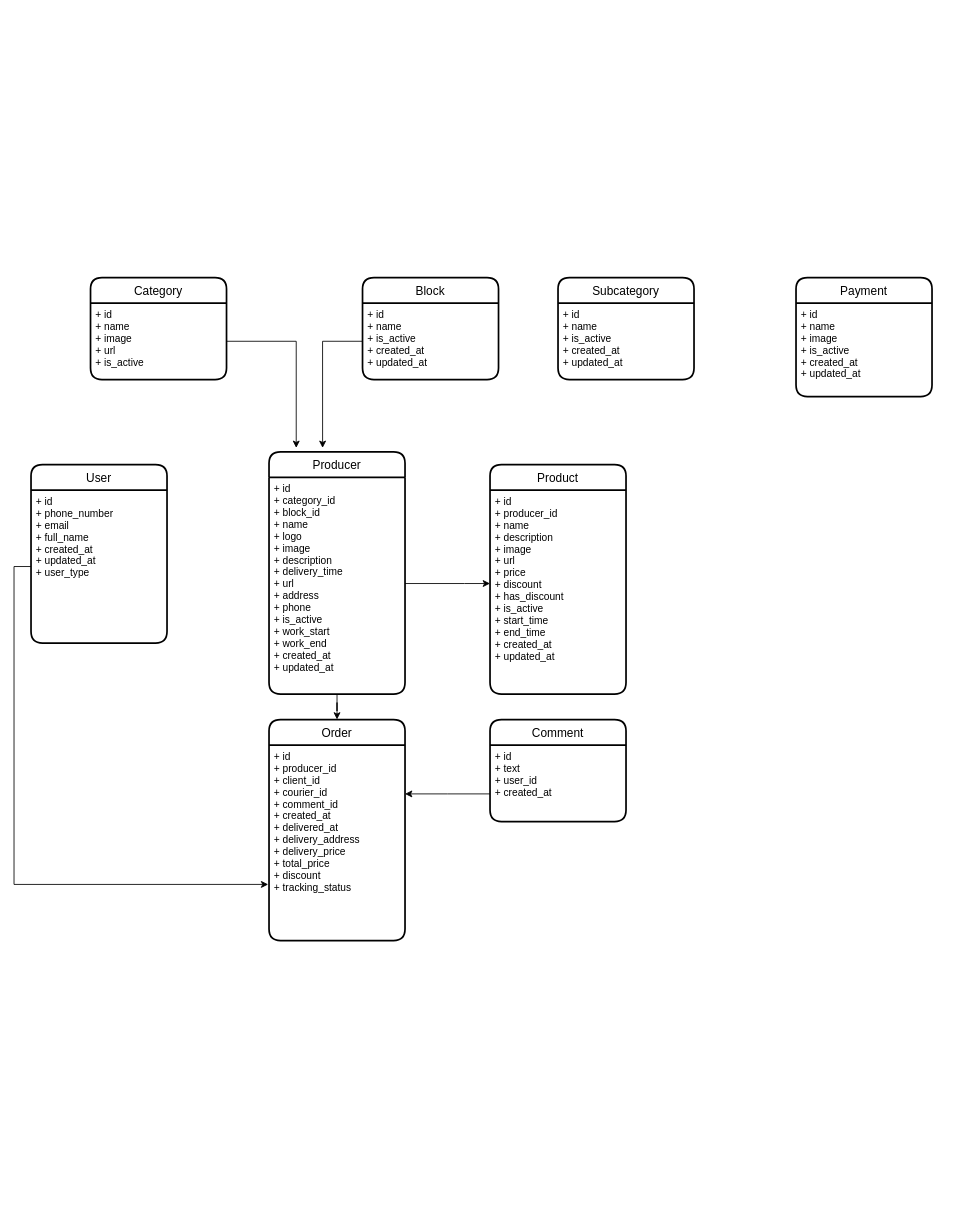
The draw.io diagram Initial Entity Diagram.drawio in muhammadjonyorqinov/deliverPros, before the edit. Source tidied: cells renumbered, new cells numbered last; positions are measured from the earlier drawing's top-left corner, leaving out a move shared by most shapes. Both pictures are drawn from the tidied source at 85%, with x=0, y=0 at pixel (31, 277).
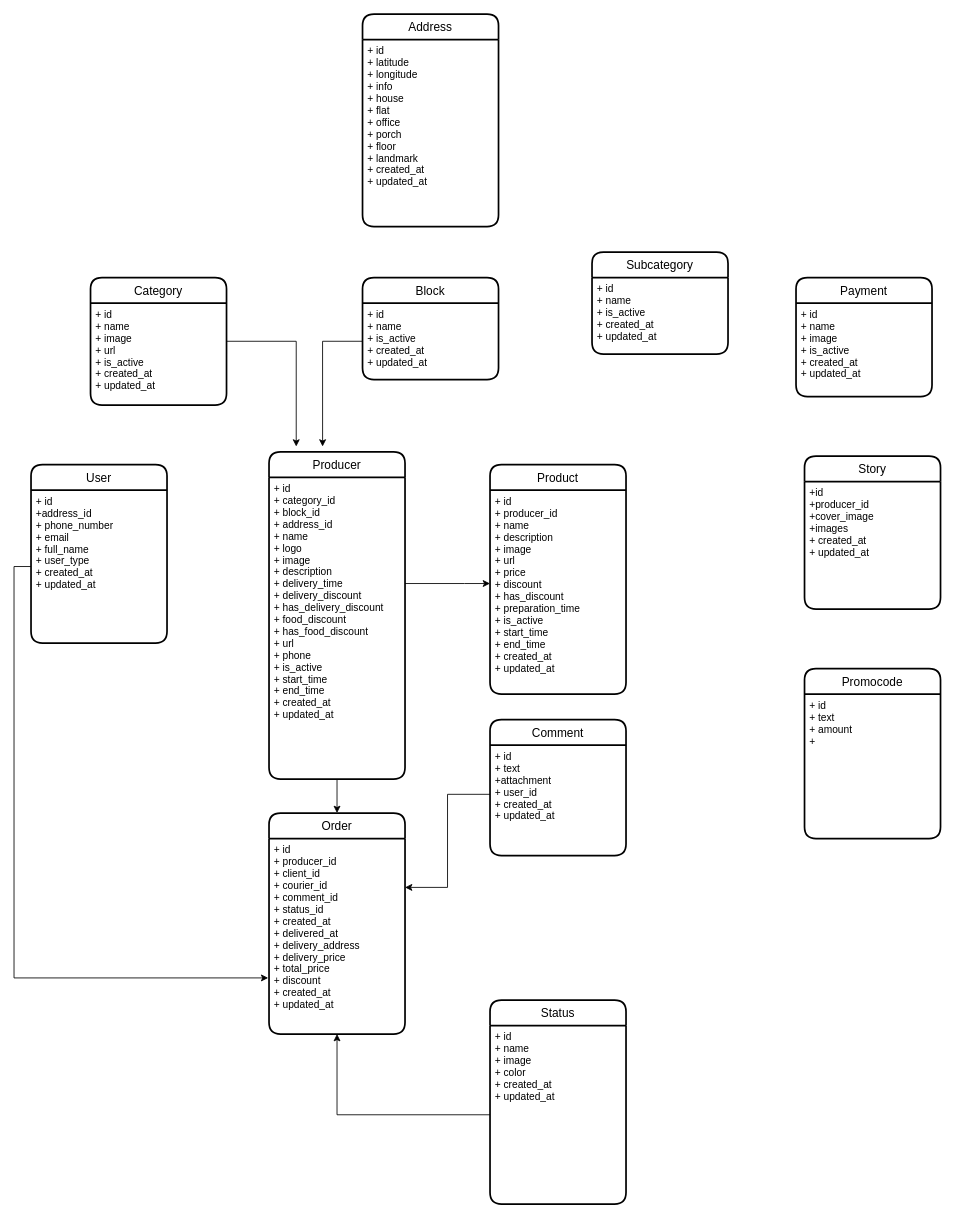
Above is the later version.

Unchanged cells that the change refers to:
```xml
<mxCell id="2" value="User" style="swimlane;horizontal=1;startSize=30;rounded=1;fontSize=14;fontStyle=0;strokeWidth=2;shadow=0;dashed=0;align=center;" parent="1" vertex="1">
  <mxGeometry y="220" width="160" height="210" as="geometry" />
</mxCell>
<mxCell id="7" value="Product" style="swimlane;horizontal=1;startSize=30;rounded=1;fontSize=14;fontStyle=0;strokeWidth=2;shadow=0;dashed=0;align=center;" parent="1" vertex="1">
  <mxGeometry x="540" y="220" width="160" height="270" as="geometry" />
</mxCell>
```

What changed in the source:
```diff
@@
-    <mxCell id="3" value="+ id&#10;+ phone_number&#10;+ email&#10;+ full_name&#10;+ created_at&#10;+ updated_at&#10;+ user_type&#10;" style="align=left;strokeColor=none;fillColor=none;spacingLeft=4;fontSize=12;verticalAlign=top;" parent="2" vertex="1">
+    <mxCell id="3" value="+ id&#10;+address_id&#10;+ phone_number&#10;+ email&#10;+ full_name&#10;+ user_type&#10;+ created_at&#10;+ updated_at&#10;&#10;" style="align=left;strokeColor=none;fillColor=none;spacingLeft=4;fontSize=12;verticalAlign=top;" parent="2" vertex="1">
       <mxGeometry y="30" width="160" height="180" as="geometry" />
     </mxCell>
@@
     <mxCell id="5" value="Producer" style="swimlane;horizontal=1;startSize=30;rounded=1;fontSize=14;fontStyle=0;strokeWidth=2;shadow=0;dashed=0;align=center;" parent="1" vertex="1">
-      <mxGeometry x="280" y="205" width="160" height="285" as="geometry" />
+      <mxGeometry x="280" y="205" width="160" height="385" as="geometry" />
     </mxCell>
-    <mxCell id="6" value="+ id&#10;+ category_id&#10;+ block_id&#10;+ name&#10;+ logo&#10;+ image&#10;+ description&#10;+ delivery_time&#10;+ url&#10;+ address&#10;+ phone&#10;+ is_active&#10;+ work_start&#10;+ work_end&#10;+ created_at&#10;+ updated_at" style="align=left;strokeColor=none;fillColor=none;spacingLeft=4;fontSize=12;verticalAlign=top;" parent="5" vertex="1">
-      <mxGeometry y="30" width="160" height="255" as="geometry" />
+    <mxCell id="6" value="+ id&#10;+ category_id&#10;+ block_id&#10;+ address_id&#10;+ name&#10;+ logo&#10;+ image&#10;+ description&#10;+ delivery_time&#10;+ delivery_discount&#10;+ has_delivery_discount&#10;+ food_discount&#10;+ has_food_discount&#10;+ url&#10;+ phone&#10;+ is_active&#10;+ start_time&#10;+ end_time&#10;+ created_at&#10;+ updated_at" style="align=left;strokeColor=none;fillColor=none;spacingLeft=4;fontSize=12;verticalAlign=top;" parent="5" vertex="1">
+      <mxGeometry y="30" width="160" height="355" as="geometry" />
     </mxCell>
@@
-    <mxCell id="8" value="+ id&#10;+ producer_id&#10;+ name&#10;+ description&#10;+ image&#10;+ url&#10;+ price&#10;+ discount&#10;+ has_discount&#10;+ is_active&#10;+ start_time&#10;+ end_time&#10;+ created_at&#10;+ updated_at" style="align=left;strokeColor=none;fillColor=none;spacingLeft=4;fontSize=12;verticalAlign=top;" parent="7" vertex="1">
+    <mxCell id="8" value="+ id&#10;+ producer_id&#10;+ name&#10;+ description&#10;+ image&#10;+ url&#10;+ price&#10;+ discount&#10;+ has_discount&#10;+ preparation_time&#10;+ is_active&#10;+ start_time&#10;+ end_time&#10;+ created_at&#10;+ updated_at" style="align=left;strokeColor=none;fillColor=none;spacingLeft=4;fontSize=12;verticalAlign=top;" parent="7" vertex="1">
       <mxGeometry y="30" width="160" height="240" as="geometry" />
     </mxCell>
     <mxCell id="9" value="Category" style="swimlane;horizontal=1;startSize=30;rounded=1;fontSize=14;fontStyle=0;strokeWidth=2;shadow=0;dashed=0;align=center;" parent="1" vertex="1">
-      <mxGeometry x="70" width="160" height="120" as="geometry" />
+      <mxGeometry x="70" width="160" height="150" as="geometry" />
     </mxCell>
-    <mxCell id="10" value="+ id&#10;+ name&#10;+ image&#10;+ url&#10;+ is_active" style="align=left;strokeColor=none;fillColor=none;spacingLeft=4;fontSize=12;verticalAlign=top;" parent="9" vertex="1">
-      <mxGeometry y="30" width="160" height="90" as="geometry" />
+    <mxCell id="10" value="+ id&#10;+ name&#10;+ image&#10;+ url&#10;+ is_active&#10;+ created_at&#10;+ updated_at" style="align=left;strokeColor=none;fillColor=none;spacingLeft=4;fontSize=12;verticalAlign=top;" parent="9" vertex="1">
+      <mxGeometry y="30" width="160" height="120" as="geometry" />
     </mxCell>
     <mxCell id="11" value="Order" style="swimlane;horizontal=1;startSize=30;rounded=1;fontSize=14;fontStyle=0;strokeWidth=2;shadow=0;dashed=0;align=center;" parent="1" vertex="1">
-      <mxGeometry x="280" y="520" width="160" height="260" as="geometry" />
+      <mxGeometry x="280" y="630" width="160" height="260" as="geometry" />
     </mxCell>
-    <mxCell id="12" value="+ id&#10;+ producer_id&#10;+ client_id&#10;+ courier_id&#10;+ comment_id&#10;+ created_at&#10;+ delivered_at&#10;+ delivery_address&#10;+ delivery_price&#10;+ total_price&#10;+ discount&#10;+ tracking_status&#10;" style="align=left;strokeColor=none;fillColor=none;spacingLeft=4;fontSize=12;verticalAlign=top;" parent="11" vertex="1">
+    <mxCell id="12" value="+ id&#10;+ producer_id&#10;+ client_id&#10;+ courier_id&#10;+ comment_id&#10;+ status_id&#10;+ created_at&#10;+ delivered_at&#10;+ delivery_address&#10;+ delivery_price&#10;+ total_price&#10;+ discount&#10;+ created_at&#10;+ updated_at&#10;" style="align=left;strokeColor=none;fillColor=none;spacingLeft=4;fontSize=12;verticalAlign=top;" parent="11" vertex="1">
       <mxGeometry y="30" width="160" height="230" as="geometry" />
     </mxCell>
     <mxCell id="13" value="Comment" style="swimlane;horizontal=1;startSize=30;rounded=1;fontSize=14;fontStyle=0;strokeWidth=2;shadow=0;dashed=0;align=center;" parent="1" vertex="1">
-      <mxGeometry x="540" y="520" width="160" height="120" as="geometry" />
+      <mxGeometry x="540" y="520" width="160" height="160" as="geometry" />
     </mxCell>
-    <mxCell id="14" value="+ id&#10;+ text&#10;+ user_id&#10;+ created_at&#10;" style="align=left;strokeColor=none;fillColor=none;spacingLeft=4;fontSize=12;verticalAlign=top;" parent="13" vertex="1">
-      <mxGeometry y="30" width="160" height="90" as="geometry" />
+    <mxCell id="14" value="+ id&#10;+ text&#10;+attachment&#10;+ user_id&#10;+ created_at&#10;+ updated_at&#10;" style="align=left;strokeColor=none;fillColor=none;spacingLeft=4;fontSize=12;verticalAlign=top;" parent="13" vertex="1">
+      <mxGeometry y="30" width="160" height="130" as="geometry" />
     </mxCell>
@@
     <mxCell id="22" value="Subcategory" style="swimlane;horizontal=1;startSize=30;rounded=1;fontSize=14;fontStyle=0;strokeWidth=2;shadow=0;dashed=0;align=center;" parent="1" vertex="1">
-      <mxGeometry x="620" width="160" height="120" as="geometry" />
+      <mxGeometry x="660" y="-30" width="160" height="120" as="geometry" />
     </mxCell>
@@
+    <mxCell id="26" value="Story" style="swimlane;horizontal=1;startSize=30;rounded=1;fontSize=14;fontStyle=0;strokeWidth=2;shadow=0;dashed=0;align=center;" parent="1" vertex="1">
+      <mxGeometry x="910" y="210" width="160" height="180" as="geometry" />
+    </mxCell>
+    <mxCell id="27" value="+id&#10;+producer_id&#10;+cover_image&#10;+images&#10;+ created_at&#10;+ updated_at&#10;" style="align=left;strokeColor=none;fillColor=none;spacingLeft=4;fontSize=12;verticalAlign=top;" parent="26" vertex="1">
+      <mxGeometry y="30" width="160" height="150" as="geometry" />
+    </mxCell>
+    <mxCell id="28" value="Address" style="swimlane;horizontal=1;startSize=30;rounded=1;fontSize=14;fontStyle=0;strokeWidth=2;shadow=0;dashed=0;align=center;" parent="1" vertex="1">
+      <mxGeometry x="390" y="-310" width="160" height="250" as="geometry" />
+    </mxCell>
+    <mxCell id="29" value="+ id&#10;+ latitude&#10;+ longitude&#10;+ info&#10;+ house&#10;+ flat&#10;+ office&#10;+ porch&#10;+ floor&#10;+ landmark&#10;+ created_at&#10;+ updated_at&#10;" style="align=left;strokeColor=none;fillColor=none;spacingLeft=4;fontSize=12;verticalAlign=top;" parent="28" vertex="1">
+      <mxGeometry y="30" width="160" height="220" as="geometry" />
+    </mxCell>
+    <mxCell id="30" value="Status" style="swimlane;horizontal=1;startSize=30;rounded=1;fontSize=14;fontStyle=0;strokeWidth=2;shadow=0;dashed=0;align=center;" parent="1" vertex="1">
+      <mxGeometry x="540" y="850" width="160" height="240" as="geometry" />
+    </mxCell>
+    <mxCell id="31" value="+ id&#10;+ name&#10;+ image&#10;+ color&#10;+ created_at&#10;+ updated_at&#10;&#10;" style="align=left;strokeColor=none;fillColor=none;spacingLeft=4;fontSize=12;verticalAlign=top;" parent="30" vertex="1">
+      <mxGeometry y="30" width="160" height="210" as="geometry" />
+    </mxCell>
+    <mxCell id="32" style="edgeStyle=orthogonalEdgeStyle;rounded=0;jettySize=auto;html=1;exitX=0;exitY=0.5;exitDx=0;exitDy=0;entryX=0.5;entryY=1;entryDx=0;entryDy=0;" parent="1" edge="1" source="31" target="12">
+      <mxGeometry relative="1" as="geometry" />
+    </mxCell>
+    <mxCell id="33" value="Promocode" style="swimlane;horizontal=1;startSize=30;rounded=1;fontSize=14;fontStyle=0;strokeWidth=2;shadow=0;dashed=0;align=center;" parent="1" vertex="1">
+      <mxGeometry x="910" y="460" width="160" height="200" as="geometry" />
+    </mxCell>
+    <mxCell id="34" value="+ id&#10;+ text&#10;+ amount&#10;+ " style="align=left;strokeColor=none;fillColor=none;spacingLeft=4;fontSize=12;verticalAlign=top;" parent="33" vertex="1">
+      <mxGeometry y="30" width="160" height="170" as="geometry" />
+    </mxCell>
```
